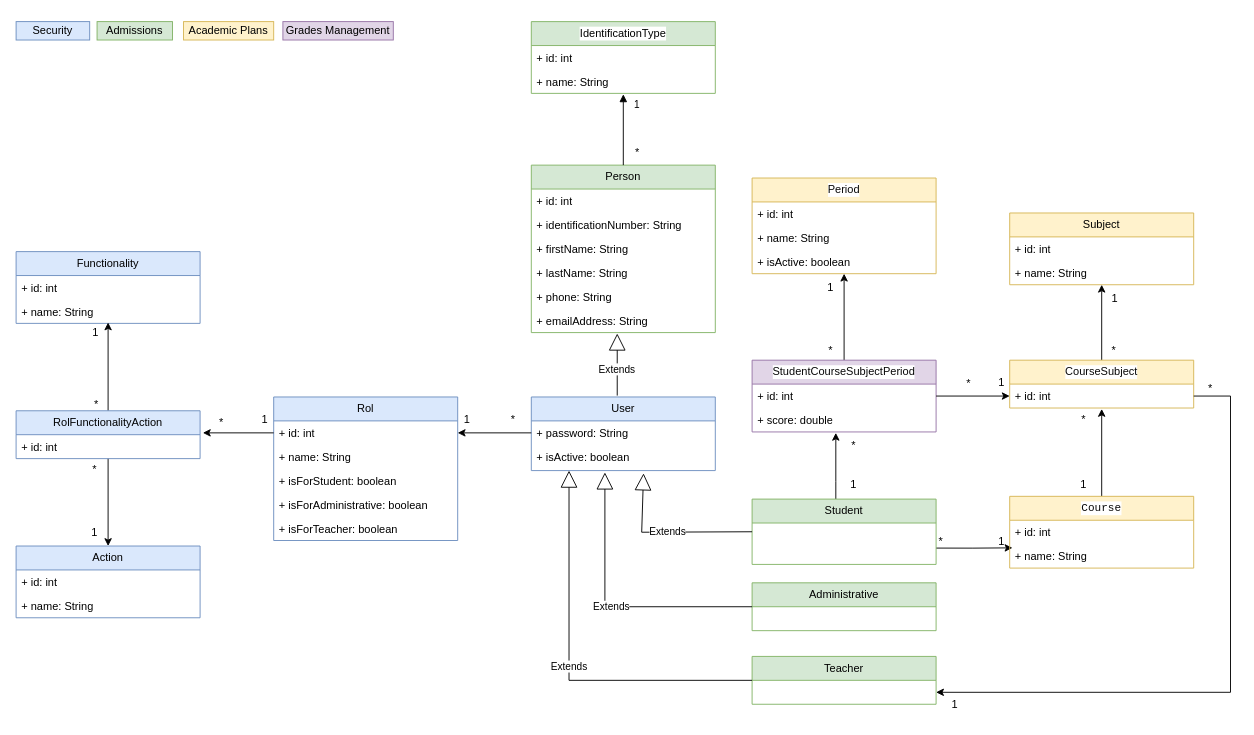
jchuquen/academic-register-services keeps this draw.io diagram as src/main/resources/Project Diagrams.drawio. Above is the earlier version. Source tidied: cells renumbered, new cells numbered last; positions are measured from the earlier drawing's top-left corner, leaving out a move shared by most shapes. Both pictures are drawn from the tidied source at 92%, with x=0, y=0 at pixel (16, 21).
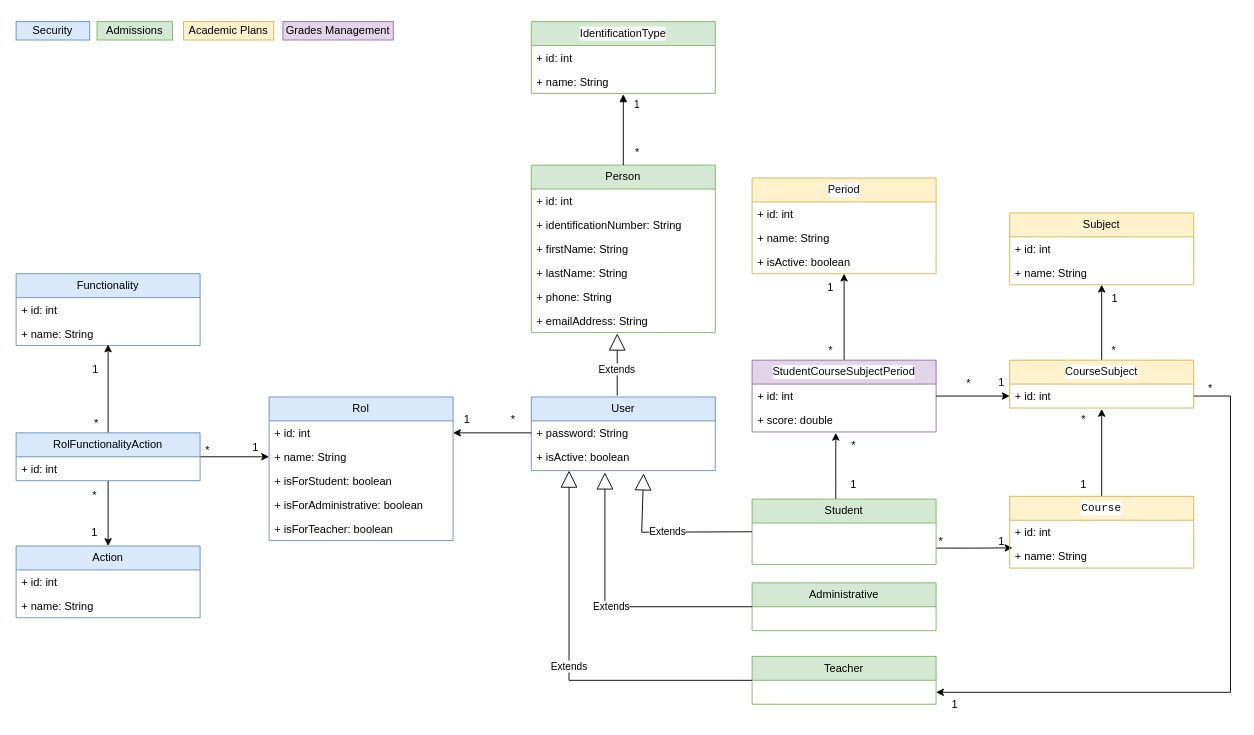
The same page after the edit.

The change refers to these unchanged cells:
```xml
<mxCell id="62" value="+ id: int" style="text;strokeColor=none;fillColor=none;align=left;verticalAlign=top;spacingLeft=4;spacingRight=4;overflow=hidden;points=[[0,0.5],[1,0.5]];portConstraint=eastwest;whiteSpace=wrap;html=1;" parent="61" vertex="1">
  <mxGeometry y="26" width="200" height="26" as="geometry" />
</mxCell>
<mxCell id="63" value="+ name: String" style="text;strokeColor=none;fillColor=none;align=left;verticalAlign=top;spacingLeft=4;spacingRight=4;overflow=hidden;points=[[0,0.5],[1,0.5]];portConstraint=eastwest;whiteSpace=wrap;html=1;" parent="61" vertex="1">
  <mxGeometry y="52" width="200" height="26" as="geometry" />
</mxCell>
<mxCell id="76" value="+ id: int" style="text;strokeColor=none;fillColor=none;align=left;verticalAlign=top;spacingLeft=4;spacingRight=4;overflow=hidden;points=[[0,0.5],[1,0.5]];portConstraint=eastwest;whiteSpace=wrap;html=1;" parent="75" vertex="1">
  <mxGeometry y="26" width="200" height="26" as="geometry" />
</mxCell>
```

The edit, as a diff of the source:
```diff
@@
     <mxCell id="61" value="Rol" style="swimlane;fontStyle=0;horizontal=1;startSize=26;fillColor=#dae8fc;whiteSpace=wrap;html=1;strokeColor=#6c8ebf;" parent="1" vertex="1">
-      <mxGeometry x="280" y="408" width="200" height="156" as="geometry" />
+      <mxGeometry x="275" y="408" width="200" height="156" as="geometry" />
     </mxCell>
@@
     <mxCell id="67" value="Functionality" style="swimlane;fontStyle=0;horizontal=1;startSize=26;fillColor=#dae8fc;whiteSpace=wrap;html=1;strokeColor=#6c8ebf;" parent="1" vertex="1">
-      <mxGeometry y="250" width="200" height="78" as="geometry" />
+      <mxGeometry y="274" width="200" height="78" as="geometry" />
     </mxCell>
@@
+    <mxCell id="91" style="edgeStyle=orthogonalEdgeStyle;rounded=0;jettySize=auto;html=1;entryX=0;entryY=0.5;entryDx=0;entryDy=0;" parent="1" edge="1" source="75" target="63">
+      <mxGeometry relative="1" as="geometry" />
+    </mxCell>
     <mxCell id="75" value="RolFunctionalityAction" style="swimlane;fontStyle=0;horizontal=1;startSize=26;fillColor=#dae8fc;whiteSpace=wrap;html=1;strokeColor=#6c8ebf;" parent="1" vertex="1">
-      <mxGeometry y="423" width="200" height="52" as="geometry" />
+      <mxGeometry y="447" width="200" height="52" as="geometry" />
     </mxCell>
@@
-    <mxCell id="80" style="edgeStyle=orthogonalEdgeStyle;rounded=0;jettySize=auto;html=1;entryX=1.015;entryY=-0.077;entryDx=0;entryDy=0;entryPerimeter=0;" parent="1" edge="1" source="62" target="76">
-      <mxGeometry relative="1" as="geometry" />
-    </mxCell>
     <mxCell id="81" value="1" style="text;html=1;align=center;verticalAlign=middle;strokeColor=none;fillColor=none;" parent="1" vertex="1">
-      <mxGeometry x="255" y="418" width="30" height="30" as="geometry" />
+      <mxGeometry x="245" y="448" width="30" height="30" as="geometry" />
     </mxCell>
     <mxCell id="82" value="*" style="text;html=1;align=center;verticalAlign=middle;strokeColor=none;fillColor=none;" parent="1" vertex="1">
-      <mxGeometry x="208" y="421" width="30" height="30" as="geometry" />
+      <mxGeometry x="193" y="451" width="30" height="30" as="geometry" />
     </mxCell>
     <mxCell id="83" value="1" style="text;html=1;align=center;verticalAlign=middle;strokeColor=none;fillColor=none;" parent="1" vertex="1">
-      <mxGeometry x="71" y="323" width="30" height="30" as="geometry" />
+      <mxGeometry x="71" y="363" width="30" height="30" as="geometry" />
     </mxCell>
     <mxCell id="84" value="*" style="text;html=1;align=center;verticalAlign=middle;strokeColor=none;fillColor=none;" parent="1" vertex="1">
-      <mxGeometry x="72" y="402" width="30" height="30" as="geometry" />
+      <mxGeometry x="72" y="422" width="30" height="30" as="geometry" />
     </mxCell>
@@
     <mxCell id="86" value="*" style="text;html=1;align=center;verticalAlign=middle;strokeColor=none;fillColor=none;" parent="1" vertex="1">
-      <mxGeometry x="70" y="472" width="30" height="30" as="geometry" />
+      <mxGeometry x="70" y="500" width="30" height="30" as="geometry" />
     </mxCell>
```
